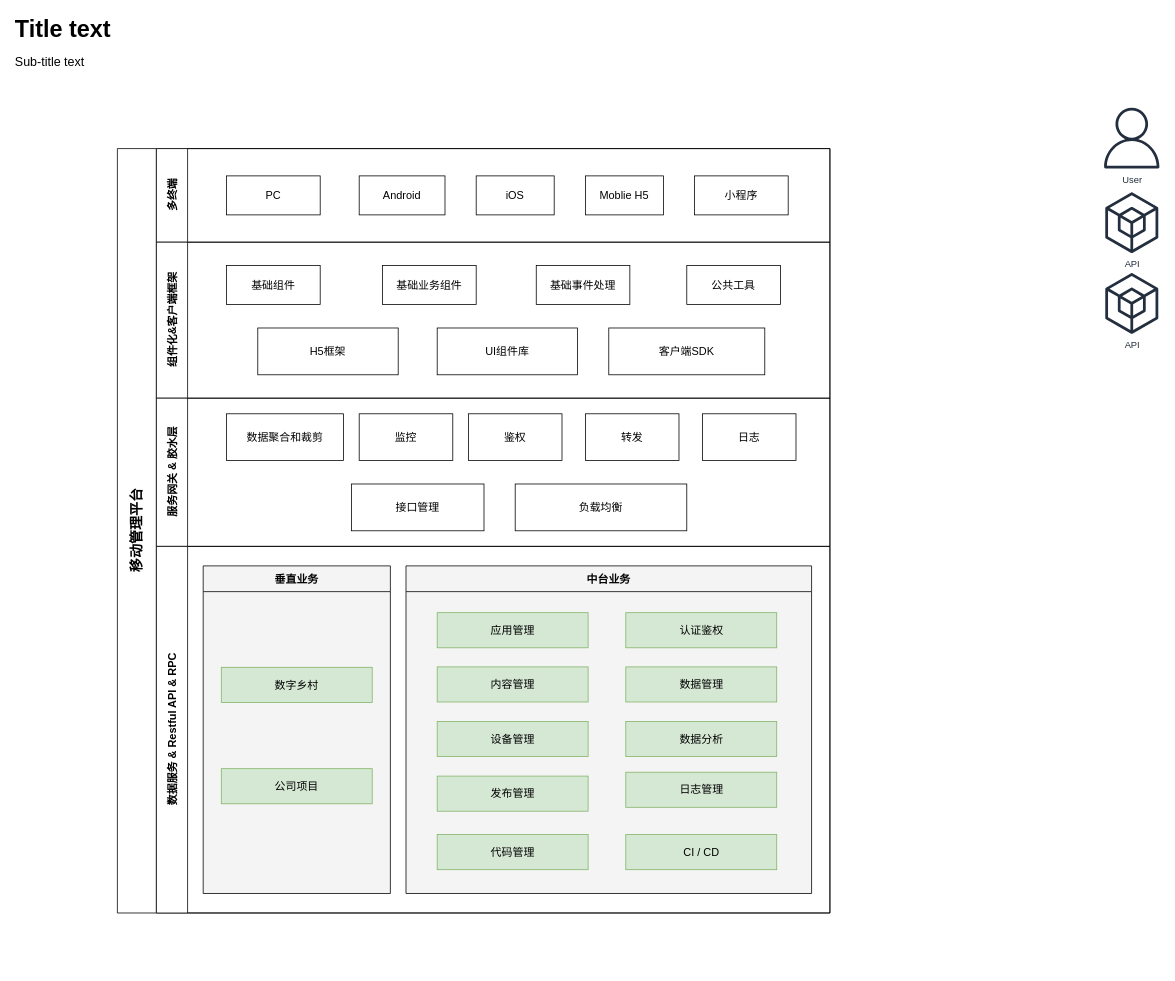
Earlier version of the draw.io diagram 逻辑架构.drawio (thoughtbit/diagram). Source tidied: cells renumbered, new cells numbered last; positions are measured from the earlier drawing's top-left corner, leaving out a move shared by most shapes. Both pictures are drawn from the tidied source at 78%, with x=0, y=0 at pixel (12, 12).
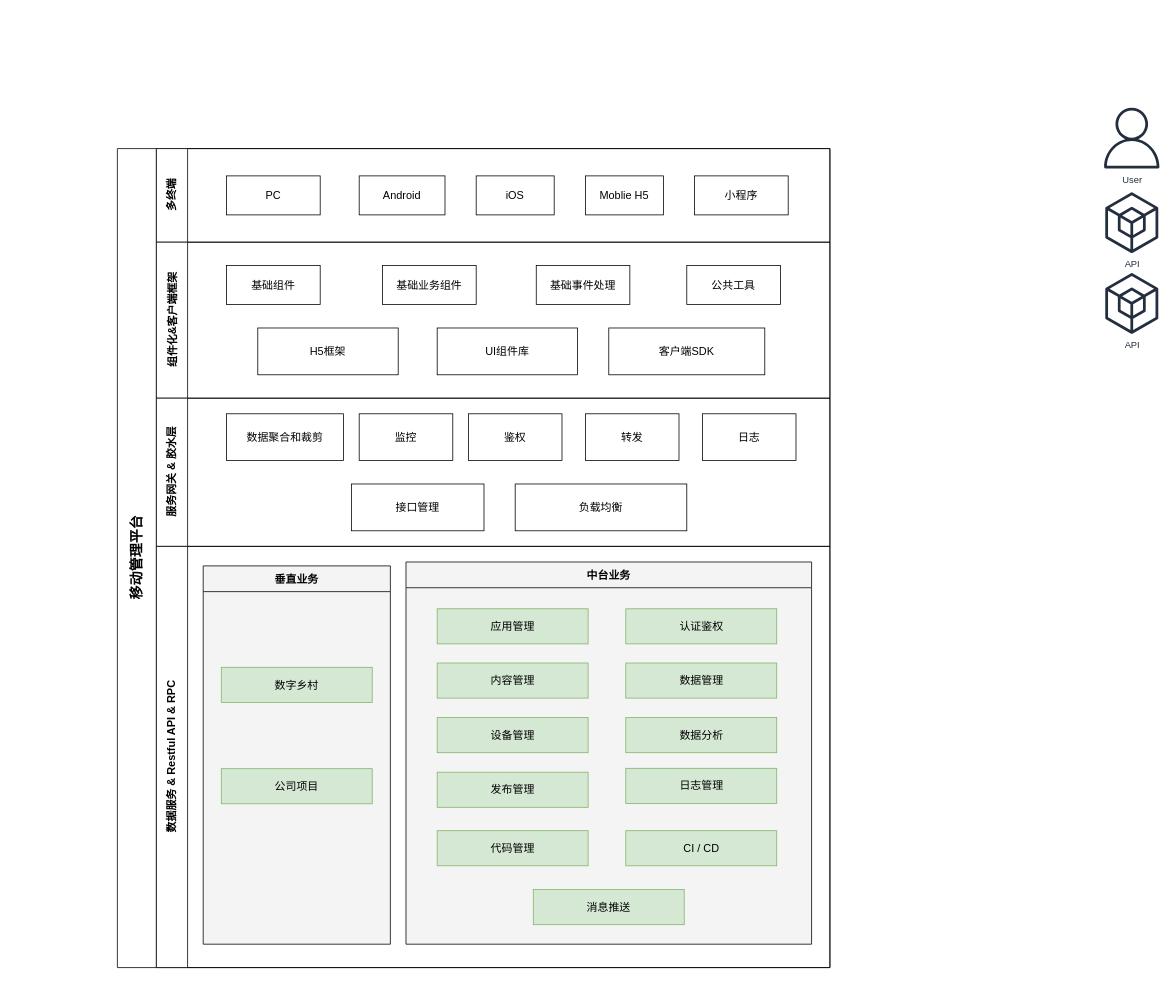
The same diagram, later.

Commit message (it also covers changes not shown here):
更新逻辑架构.drawio

What changed in the source:
```diff
@@
-    <mxCell id="2" value="Title text&lt;br&gt;" style="text;html=1;align=left;verticalAlign=top;spacingTop=-4;fontSize=30;fontStyle=1;labelBackgroundColor=none;" parent="1" vertex="1">
-      <mxGeometry x="0.5" y="0.5" width="130" height="40" as="geometry" />
-    </mxCell>
-    <mxCell id="3" value="Sub-title text&lt;br style=&quot;font-size: 16px&quot;&gt;" style="text;html=1;align=left;verticalAlign=top;spacingTop=-4;fontSize=16;labelBackgroundColor=none;" parent="1" vertex="1">
-      <mxGeometry x="0.5" y="50.5" width="100" height="20" as="geometry" />
-    </mxCell>
@@
     <mxCell id="7" value="&lt;font style=&quot;font-size: 18px&quot;&gt;移动管理平台&lt;/font&gt;" style="swimlane;html=1;horizontal=0;startSize=50;" parent="1" vertex="1">
-      <mxGeometry x="134" y="174" width="913.5" height="980" as="geometry" />
+      <mxGeometry x="134" y="174" width="913.5" height="1050" as="geometry" />
     </mxCell>
@@
     <mxCell id="32" value="&lt;font style=&quot;font-size: 14px&quot;&gt;数据服务 &amp;amp; Restful API &amp;amp; RPC&lt;/font&gt;" style="swimlane;html=1;startSize=40;horizontal=0;fontSize=14;" parent="7" vertex="1">
-      <mxGeometry x="50" y="510" width="863.5" height="470" as="geometry" />
+      <mxGeometry x="50" y="510" width="863.5" height="540" as="geometry" />
     </mxCell>
     <mxCell id="33" value="中台业务" style="swimlane;fontSize=14;align=center;swimlaneFillColor=#f4f4f4;fillColor=#f4f4f4;startSize=33;" parent="32" vertex="1">
-      <mxGeometry x="320" y="25" width="520" height="420" as="geometry" />
+      <mxGeometry x="320" y="20" width="520" height="490" as="geometry" />
     </mxCell>
@@
+    <mxCell id="47" value="&lt;span style=&quot;font-weight: normal&quot;&gt;消息推送&lt;/span&gt;" style="rounded=0;whiteSpace=wrap;html=1;fillColor=#d5e8d4;strokeColor=#82b366;fontSize=14;fontStyle=1;" parent="33" vertex="1">
+      <mxGeometry x="163.2" y="420" width="193.5" height="45" as="geometry" />
+    </mxCell>
     <mxCell id="44" value="垂直业务" style="swimlane;fontSize=14;align=center;swimlaneFillColor=#f4f4f4;fillColor=#f4f4f4;startSize=33;" parent="32" vertex="1">
-      <mxGeometry x="60" y="25" width="240" height="420" as="geometry" />
+      <mxGeometry x="60" y="25" width="240" height="485" as="geometry" />
     </mxCell>
```
